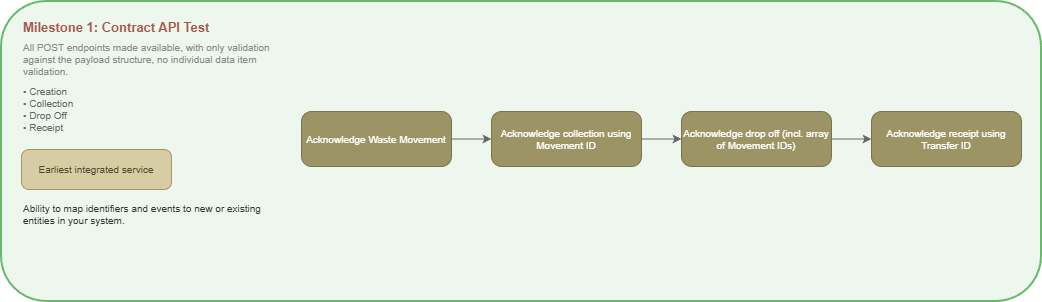
This is docs/images/dwt-api-delivery-roadmap-milestone-1.png from DEFRA/digital-waste-tracking-api-docs, a draw.io export, as it was before one commit. Source tidied: cells renumbered, new cells last; positions are measured from the earlier drawing's top-left corner, leaving out a move shared by most shapes.
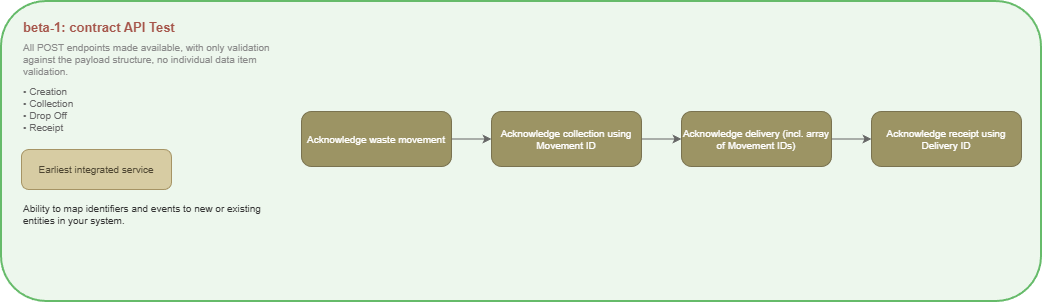
The same diagram one commit later.

The edit, as a diff of the source:
```diff
@@ -5,9 +5,9 @@
     <mxCell id="2" style="rounded=1;whiteSpace=wrap;html=1;fillColor=#EDF7ED;strokeColor=#66BB6A;strokeWidth=2;" parent="1" vertex="1">
       <mxGeometry width="1040" height="300" as="geometry" />
     </mxCell>
-    <mxCell id="3" value="Milestone 1: Contract API Test" style="text;html=1;fontSize=13;fontStyle=1;fontColor=#A6564B;align=left;verticalAlign=top;" parent="1" vertex="1">
-      <mxGeometry x="20" y="12" width="700" height="20" as="geometry" />
-    </mxCell>
+    <mxCell id="15" value="beta-1: contract API Test" style="text;html=1;fontSize=13;fontStyle=1;fontColor=#A6564B;align=left;verticalAlign=top;" parent="1" vertex="1">
+      <mxGeometry x="20" y="12" width="700" height="20" as="geometry" />
+    </mxCell>
     <mxCell id="4" value="All POST endpoints made available, with only validation against the payload structure, no individual data item validation." style="text;html=1;fontSize=10;fontColor=#8A8A8A;align=left;verticalAlign=top;whiteSpace=wrap;" parent="1" vertex="1">
       <mxGeometry x="20" y="34" width="270" height="40" as="geometry" />
     </mxCell>
@@ -20,26 +20,26 @@
     <mxCell id="7" value="Ability to map identifiers and events to new or existing entities in your system." style="text;html=1;fontSize=10;fontColor=#333333;align=left;verticalAlign=top;whiteSpace=wrap;" parent="1" vertex="1">
       <mxGeometry x="20" y="195" width="270" height="45" as="geometry" />
     </mxCell>
-    <mxCell id="8" value="Acknowledge Waste Movement" style="rounded=1;whiteSpace=wrap;html=1;arcSize=18;fillColor=#9C9464;strokeColor=#7A7350;fontColor=#FFFFFF;fontSize=10;align=center;verticalAlign=middle;" parent="1" vertex="1">
-      <mxGeometry x="300" y="110" width="150" height="55" as="geometry" />
-    </mxCell>
+    <mxCell id="16" value="Acknowledge waste movement" style="rounded=1;whiteSpace=wrap;html=1;arcSize=18;fillColor=#9C9464;strokeColor=#7A7350;fontColor=#FFFFFF;fontSize=10;align=center;verticalAlign=middle;" parent="1" vertex="1">
+      <mxGeometry x="300" y="110" width="150" height="55" as="geometry" />
+    </mxCell>
     <mxCell id="9" value="Acknowledge collection using Movement ID" style="rounded=1;whiteSpace=wrap;html=1;arcSize=18;fillColor=#9C9464;strokeColor=#7A7350;fontColor=#FFFFFF;fontSize=10;align=center;verticalAlign=middle;" parent="1" vertex="1">
       <mxGeometry x="490" y="110" width="150" height="55" as="geometry" />
     </mxCell>
-    <mxCell id="10" value="Acknowledge drop off (incl. array of Movement IDs)" style="rounded=1;whiteSpace=wrap;html=1;arcSize=18;fillColor=#9C9464;strokeColor=#7A7350;fontColor=#FFFFFF;fontSize=10;align=center;verticalAlign=middle;" parent="1" vertex="1">
-      <mxGeometry x="680" y="110" width="150" height="55" as="geometry" />
-    </mxCell>
-    <mxCell id="11" value="Acknowledge receipt using Transfer ID" style="rounded=1;whiteSpace=wrap;html=1;arcSize=18;fillColor=#9C9464;strokeColor=#7A7350;fontColor=#FFFFFF;fontSize=10;align=center;verticalAlign=middle;" parent="1" vertex="1">
-      <mxGeometry x="870" y="110" width="150" height="55" as="geometry" />
-    </mxCell>
-    <mxCell id="12" style="endArrow=classic;html=1;strokeColor=#666666;rounded=0;" parent="1" edge="1" source="8" target="9">
-      <mxGeometry relative="1" as="geometry" />
-    </mxCell>
-    <mxCell id="13" style="endArrow=classic;html=1;strokeColor=#666666;rounded=0;" parent="1" edge="1" source="9" target="10">
-      <mxGeometry relative="1" as="geometry" />
-    </mxCell>
-    <mxCell id="14" style="endArrow=classic;html=1;strokeColor=#666666;rounded=0;" parent="1" edge="1" source="10" target="11">
-      <mxGeometry relative="1" as="geometry" />
-    </mxCell>
+    <mxCell id="17" value="Acknowledge delivery (incl. array of Movement IDs)" style="rounded=1;whiteSpace=wrap;html=1;arcSize=18;fillColor=#9C9464;strokeColor=#7A7350;fontColor=#FFFFFF;fontSize=10;align=center;verticalAlign=middle;" parent="1" vertex="1">
+      <mxGeometry x="680" y="110" width="150" height="55" as="geometry" />
+    </mxCell>
+    <mxCell id="18" value="Acknowledge receipt using Delivery ID" style="rounded=1;whiteSpace=wrap;html=1;arcSize=18;fillColor=#9C9464;strokeColor=#7A7350;fontColor=#FFFFFF;fontSize=10;align=center;verticalAlign=middle;" parent="1" vertex="1">
+      <mxGeometry x="870" y="110" width="150" height="55" as="geometry" />
+    </mxCell>
+    <mxCell id="19" style="endArrow=classic;html=1;strokeColor=#666666;rounded=0;" parent="1" edge="1" source="16" target="9">
+      <mxGeometry relative="1" as="geometry" />
+    </mxCell>
+    <mxCell id="20" style="endArrow=classic;html=1;strokeColor=#666666;rounded=0;" parent="1" edge="1" source="9" target="17">
+      <mxGeometry relative="1" as="geometry" />
+    </mxCell>
+    <mxCell id="21" style="endArrow=classic;html=1;strokeColor=#666666;rounded=0;" parent="1" edge="1" source="17" target="18">
+      <mxGeometry relative="1" as="geometry" />
+    </mxCell>
   </root>
 </mxGraphModel>
```
